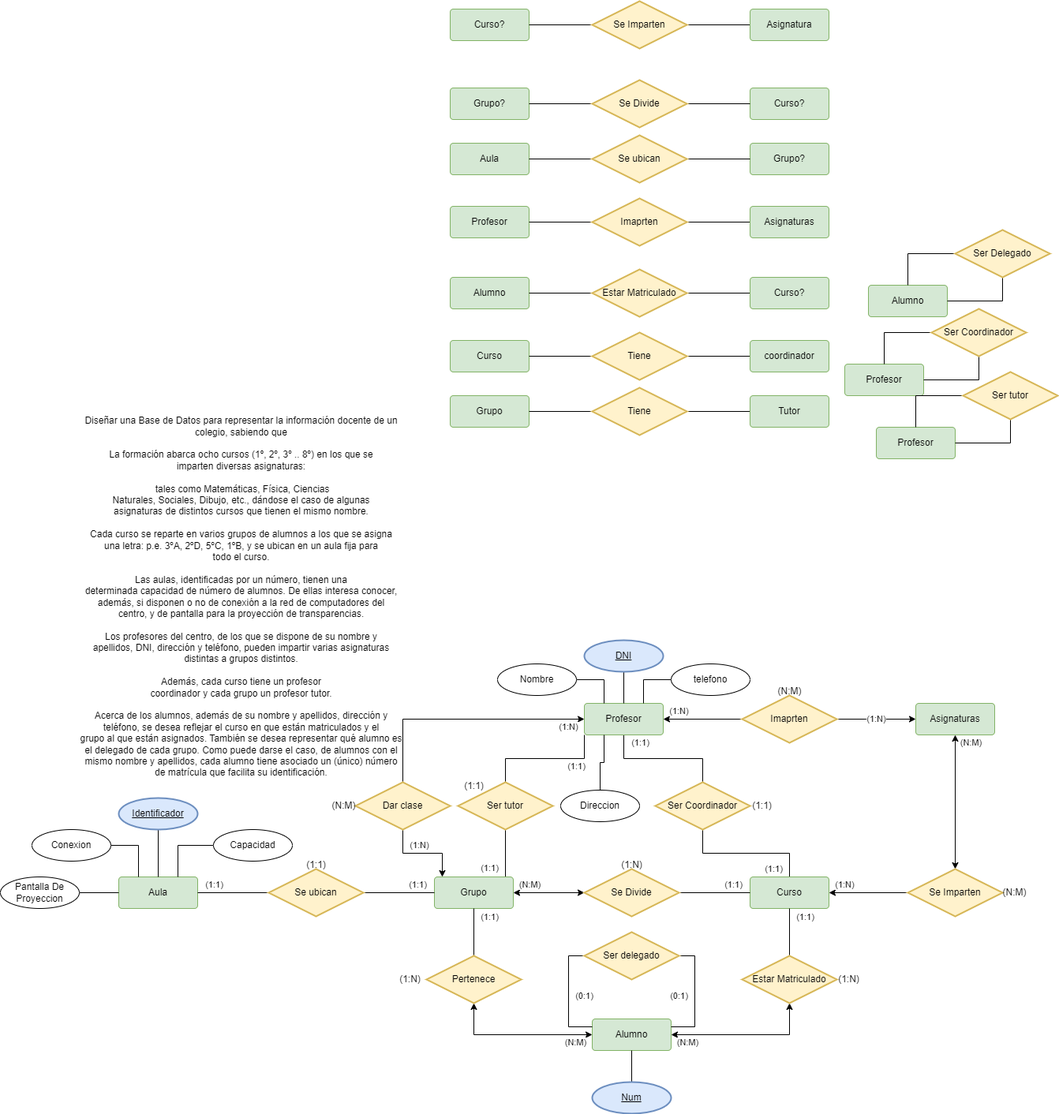
Above: tareas base de datos/Actividades_Esquemas/Actividades_Esquemas/Diagrama Sen nome.drawio.png in Angel-L-G/Base-Datos (draw.io), before the change. Source tidied: cells renumbered, new cells last; positions are measured from the earlier drawing's top-left corner, leaving out a move shared by most shapes.
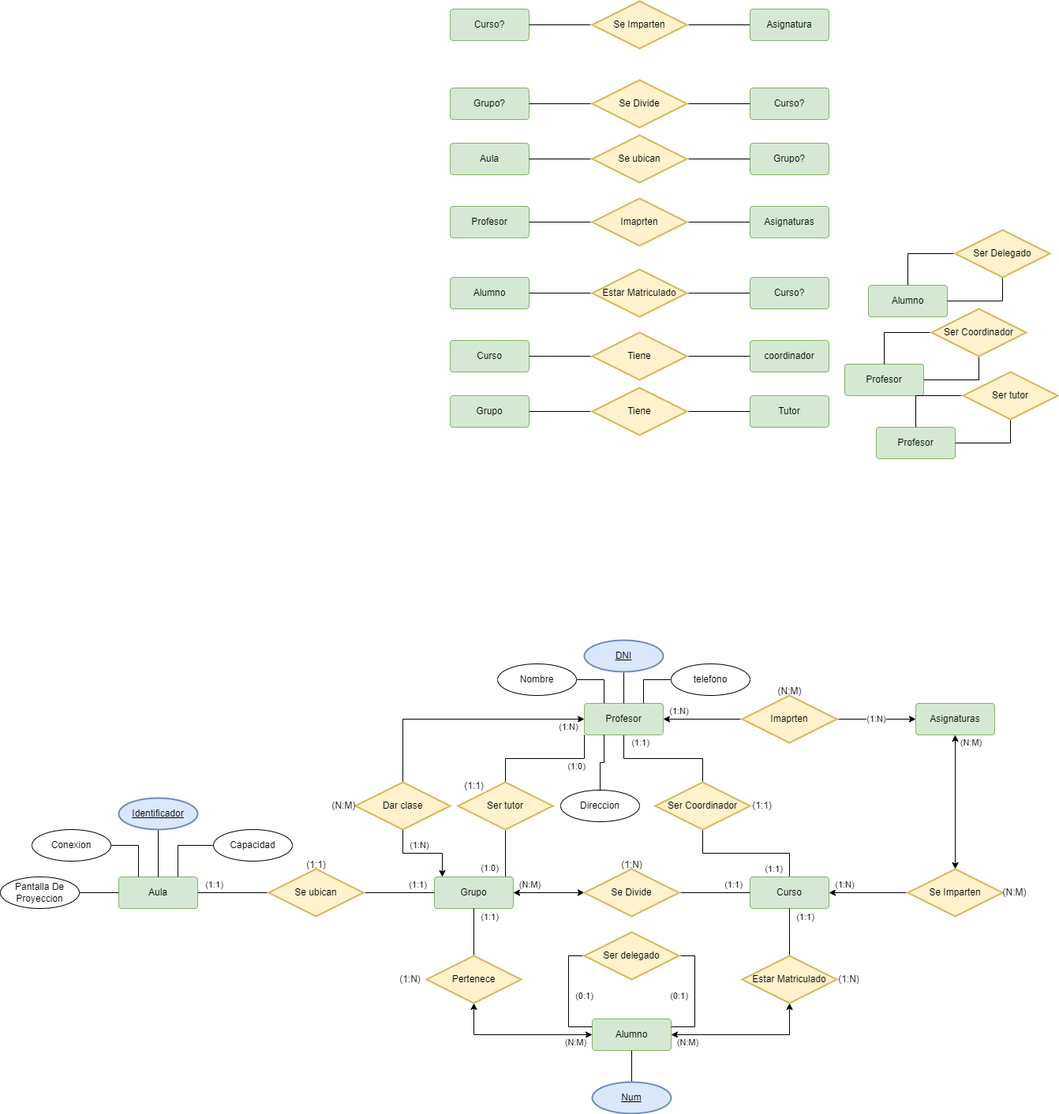
After the commit.

What changed in the source:
```diff
@@ -2,9 +2,6 @@
   <root>
     <mxCell id="0" />
     <mxCell id="1" parent="0" />
-    <mxCell id="2" value="Diseñar una Base de Datos para representar la información docente de un &lt;br&gt;&lt;div&gt;colegio, sabiendo que&lt;/div&gt;&lt;div&gt;&lt;br&gt;&lt;/div&gt;La formación abarca ocho cursos (1º, 2º, 3º .. 8º) en los que se &lt;br&gt;&lt;div&gt;imparten diversas asignaturas:&lt;/div&gt;&lt;div&gt;&lt;br&gt;&lt;/div&gt;&lt;div&gt;&amp;nbsp;tales como Matemáticas, Física, Ciencias &lt;/div&gt;&lt;div&gt;Naturales, Sociales, Dibujo, etc., dándose el caso de algunas &lt;/div&gt;&lt;div&gt;asignaturas de distintos cursos que tienen el mismo nombre.&lt;/div&gt;&lt;div&gt;&lt;br&gt;&lt;/div&gt;Cada curso se reparte en varios grupos de alumnos a los que se asigna &lt;br&gt;una letra: p.e. 3ºA, 2ºD, 5ºC, 1ºB, y se ubican en un aula fija para &lt;br&gt;&lt;div&gt;todo el curso. &lt;br&gt;&lt;/div&gt;&lt;div&gt;&lt;br&gt;&lt;/div&gt;&lt;div&gt;Las aulas, identificadas por un número, tienen una &lt;/div&gt;&lt;div&gt;determinada capacidad de número de alumnos. De ellas interesa conocer, &lt;/div&gt;además, si disponen o no de conexión a la red de computadores del &lt;br&gt;&lt;div&gt;centro, y de pantalla para la proyección de transparencias.&lt;/div&gt;&lt;div&gt;&lt;br&gt;&lt;/div&gt;Los profesores del centro, de los que se dispone de su nombre y &lt;br&gt;apellidos, DNI, dirección y teléfono, pueden impartir varias asignaturas&lt;br&gt;&lt;div&gt; distintas a grupos distintos. &lt;br&gt;&lt;/div&gt;&lt;div&gt;&lt;br&gt;&lt;/div&gt;&lt;div&gt;Además, cada curso tiene un profesor &lt;/div&gt;&lt;div&gt;coordinador y cada grupo un profesor tutor.&lt;/div&gt;&lt;div&gt;&lt;br&gt;&lt;/div&gt;Acerca de los alumnos, además de su nombre y apellidos, dirección y &lt;br&gt;teléfono, se desea reflejar el curso en que están matriculados y el &lt;br&gt;grupo al que están asignados. También se desea representar qué alumno es&lt;br&gt; el delegado de cada grupo. Como puede darse el caso, de alumnos con el &lt;br&gt;mismo nombre y apellidos, cada alumno tiene asociado un (único) número &lt;br&gt;de matrícula que facilita su identificación." style="text;html=1;align=center;verticalAlign=middle;strokeColor=none;fillColor=none;" parent="1" vertex="1">
-      <mxGeometry x="90" y="520" width="430" height="470" as="geometry" />
-    </mxCell>
     <mxCell id="3" value="Alumno" style="rounded=1;arcSize=10;whiteSpace=wrap;html=1;align=center;fillColor=#d5e8d4;strokeColor=#82b366;" parent="1" vertex="1">
       <mxGeometry x="570" y="350" width="100" height="40" as="geometry" />
     </mxCell>
@@ -163,7 +160,7 @@
         <mxPoint x="1" as="offset" />
       </mxGeometry>
     </mxCell>
-    <mxCell id="51" value="(1:1)" style="edgeStyle=orthogonalEdgeStyle;rounded=0;jettySize=auto;html=1;entryX=0.5;entryY=0;entryDx=0;entryDy=0;endArrow=none;endFill=0;exitX=0;exitY=1;exitDx=0;exitDy=0;" parent="1" edge="1" source="53" target="61">
+    <mxCell id="51" value="(1:0)" style="edgeStyle=orthogonalEdgeStyle;rounded=0;jettySize=auto;html=1;entryX=0.5;entryY=0;entryDx=0;entryDy=0;endArrow=none;endFill=0;exitX=0;exitY=1;exitDx=0;exitDy=0;" parent="1" edge="1" source="53" target="61">
       <mxGeometry x="-0.5" y="10" relative="1" as="geometry">
         <Array as="points">
           <mxPoint x="740" y="960" />
@@ -195,7 +192,7 @@
     <mxCell id="59" value="Ser Coordinador" style="shape=rhombus;perimeter=rhombusPerimeter;whiteSpace=wrap;html=1;align=center;fillColor=#fff2cc;strokeColor=#d6b656;strokeWidth=2;" parent="1" vertex="1">
       <mxGeometry x="830" y="990" width="120" height="60" as="geometry" />
     </mxCell>
-    <mxCell id="60" value="(1:1)" style="edgeStyle=orthogonalEdgeStyle;rounded=0;jettySize=auto;html=1;endArrow=none;endFill=0;" parent="1" edge="1" source="61" target="66">
+    <mxCell id="60" value="(1:0)" style="edgeStyle=orthogonalEdgeStyle;rounded=0;jettySize=auto;html=1;endArrow=none;endFill=0;" parent="1" edge="1" source="61" target="66">
       <mxGeometry x="0.67" y="-20" relative="1" as="geometry">
         <Array as="points">
           <mxPoint x="640" y="1110" />
```
